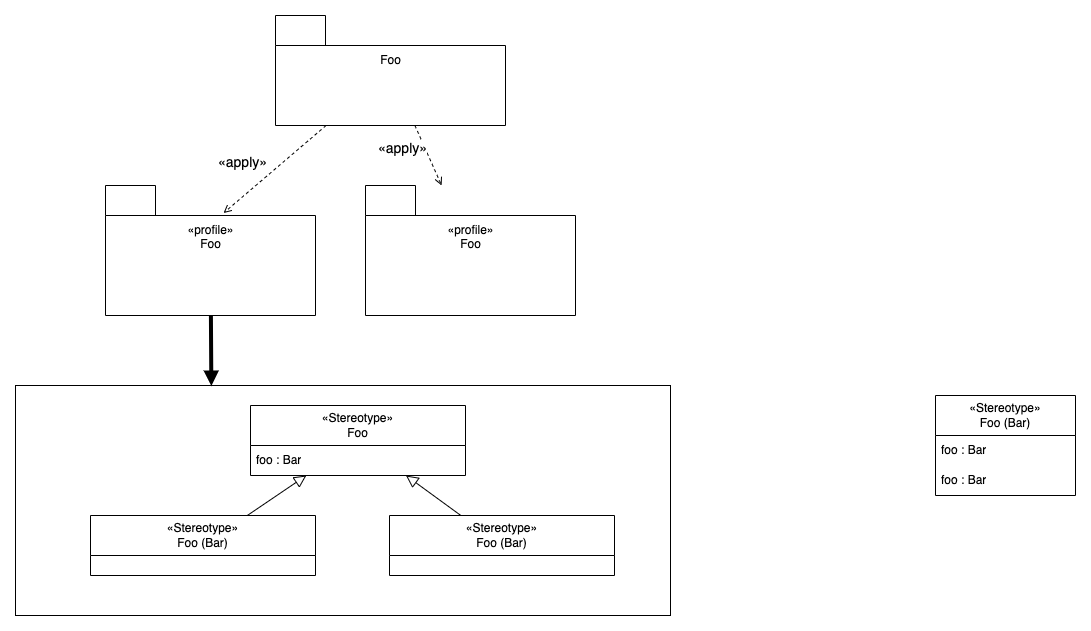
Before: docs/profile-diagram-overview.png, a diagram exported from draw.io (experimental-software/drawing-uml). Source tidied: cells renumbered, new cells last; positions are measured from the earlier drawing's top-left corner, leaving out a move shared by most shapes.
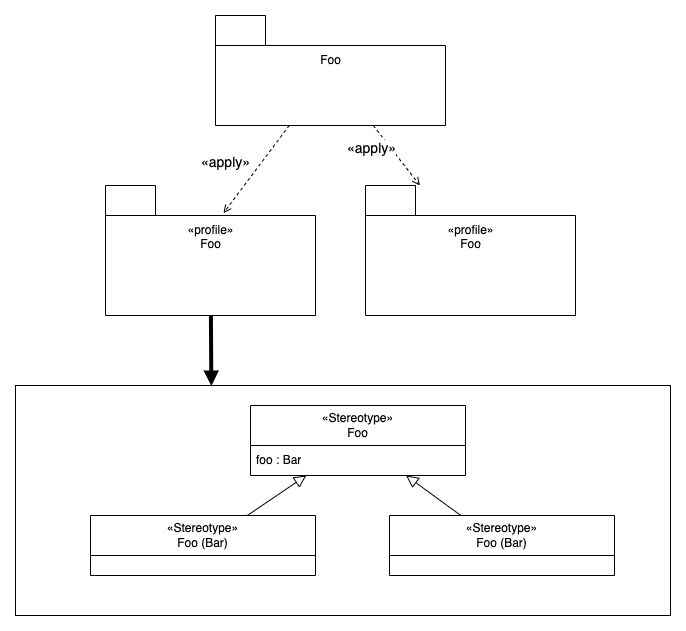
The same diagram one commit later.

Commit message:
Update profile diagram overview

What changed in the source:
```diff
@@ -3,7 +3,7 @@
     <mxCell id="0" />
     <mxCell id="1" parent="0" />
     <mxCell id="2" value="&lt;div&gt;&lt;br&gt;&lt;/div&gt;" style="shape=folder;fontStyle=0;tabWidth=50;tabHeight=30;tabPosition=left;html=1;boundedLbl=1;labelInHeader=1;" parent="1" vertex="1">
-      <mxGeometry x="260" width="230" height="110" as="geometry" />
+      <mxGeometry x="200" width="230" height="110" as="geometry" />
     </mxCell>
     <mxCell id="3" value="Foo" style="html=1;strokeColor=none;fillColor=none;fontStyle=0;fontSize=12;verticalAlign=top;spacingTop=1;" parent="2" vertex="1">
       <mxGeometry width="230" height="40" relative="1" as="geometry">
@@ -60,15 +60,6 @@
     <mxCell id="17" style="endArrow=block;html=1;rounded=0;entryX=0.299;entryY=0.002;entryDx=0;entryDy=0;entryPerimeter=0;strokeWidth=4;endSize=5;startSize=5;endFill=1;" parent="1" edge="1" source="4" target="12">
       <mxGeometry relative="1" as="geometry" />
     </mxCell>
-    <mxCell id="18" value="«Stereotype»&lt;br&gt;Foo (Bar)" style="swimlane;fontStyle=0;horizontal=1;startSize=40;whiteSpace=wrap;html=1;spacing=2;spacingTop=0;spacingBottom=0;" parent="1" vertex="1">
-      <mxGeometry x="920" y="380" width="140" height="100" as="geometry" />
-    </mxCell>
-    <mxCell id="19" value="foo : Bar" style="text;strokeColor=none;fillColor=none;align=left;verticalAlign=middle;spacingLeft=4;spacingRight=4;overflow=hidden;whiteSpace=wrap;html=1;" parent="18" vertex="1">
-      <mxGeometry y="40" width="140" height="30" as="geometry" />
-    </mxCell>
-    <mxCell id="20" value="foo : Bar" style="text;strokeColor=none;fillColor=none;align=left;verticalAlign=middle;spacingLeft=4;spacingRight=4;overflow=hidden;whiteSpace=wrap;html=1;" parent="18" vertex="1">
-      <mxGeometry y="70" width="140" height="30" as="geometry" />
-    </mxCell>
     <mxCell id="21" value="«Stereotype»&lt;br&gt;Foo (Bar)" style="swimlane;fontStyle=0;horizontal=1;startSize=40;whiteSpace=wrap;html=1;spacing=2;spacingTop=0;spacingBottom=0;" parent="1" vertex="1">
       <mxGeometry x="374" y="500" width="225" height="60" as="geometry" />
     </mxCell>
```
